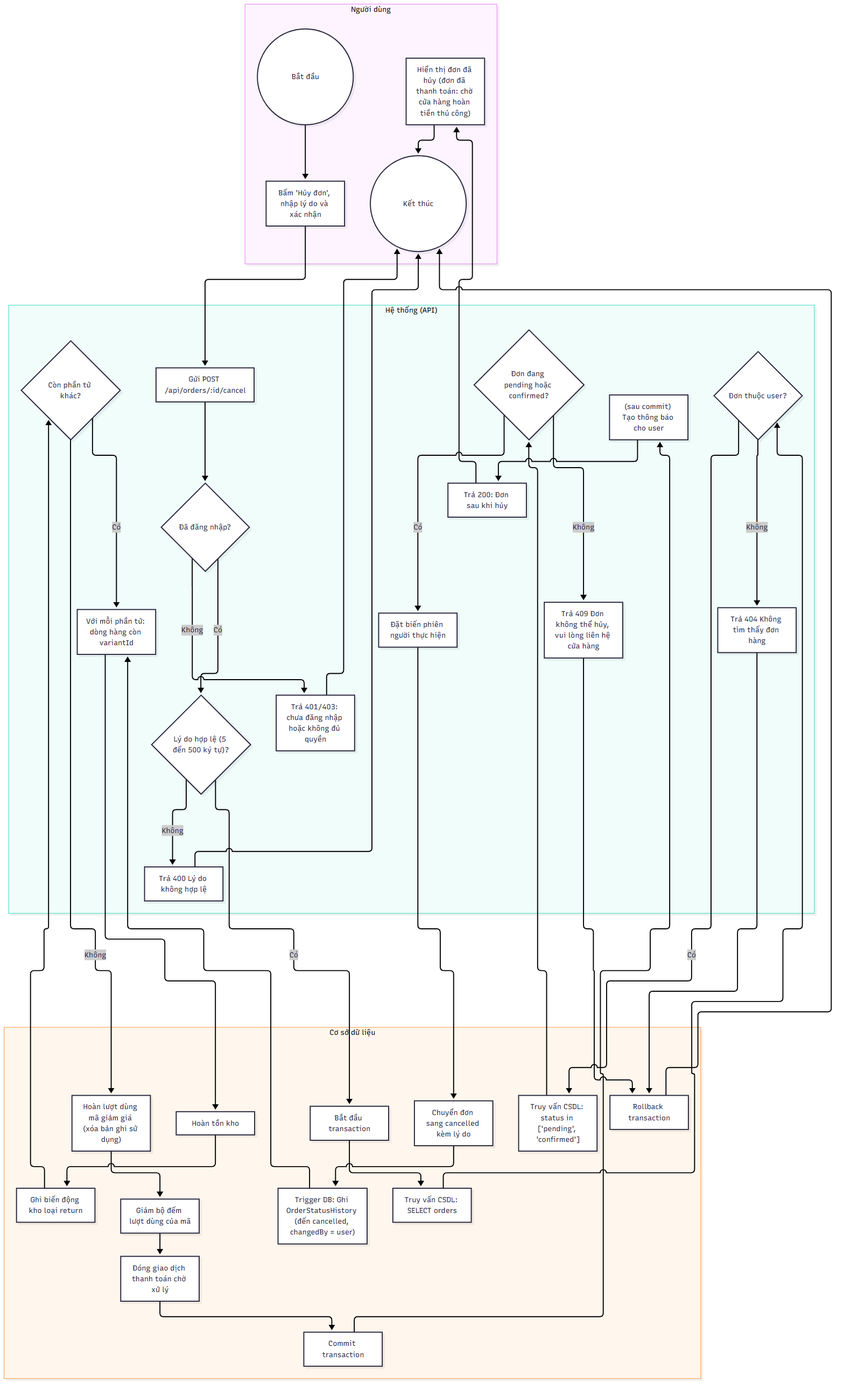
Above: docs/diagrams/png/activity_UC-ORD-03_huy-don-hang.png in 2431540234-arch/XDUDTMDT (Mermaid), before the change. Its source is kept beside it as docs/diagrams/src/activity_UC-ORD-03_huy-don-hang.mmd.
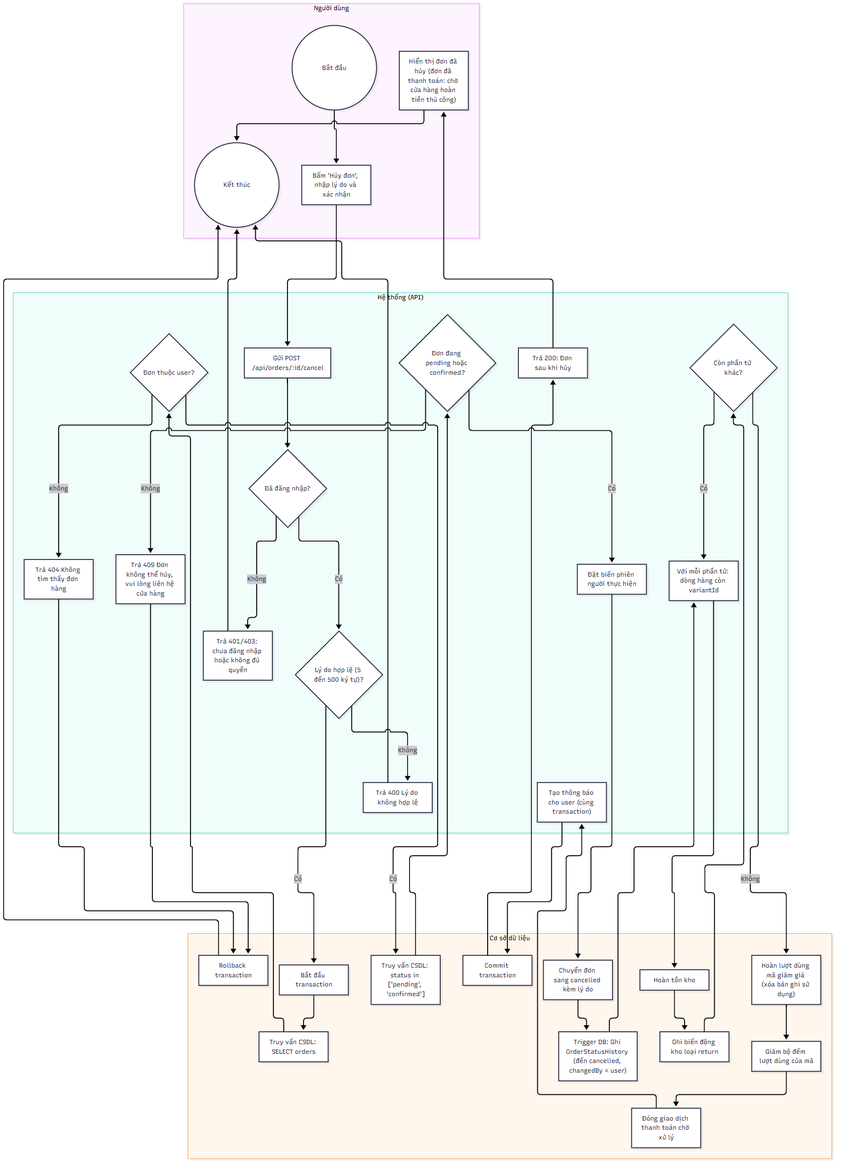
Above is the later version.

Change to the diagram source:
```diff
@@ -18,7 +18,7 @@
         n16["Đặt biến phiên người thực hiện"]
         n19["Với mỗi phần tử: dòng hàng còn variantId"]
         n22{"Còn phần tử khác?"}
-        n27["(sau commit) Tạo thông báo cho user"]
+        n27["Tạo thông báo cho user (cùng transaction)"]
         n28["Trả 200: Đơn sau khi hủy"]
     end
     subgraph LANE_D["Cơ sở dữ liệu"]
@@ -61,9 +61,9 @@
     n22 -->|"Không"| n23
     n23 --> n24
     n24 --> n25
-    n25 --> n26
-    n26 --> n27
-    n27 --> n28
+    n25 --> n27
+    n27 --> n26
+    n26 --> n28
     n28 --> n29
     n29 --> n30
     n5 --> n30
```
